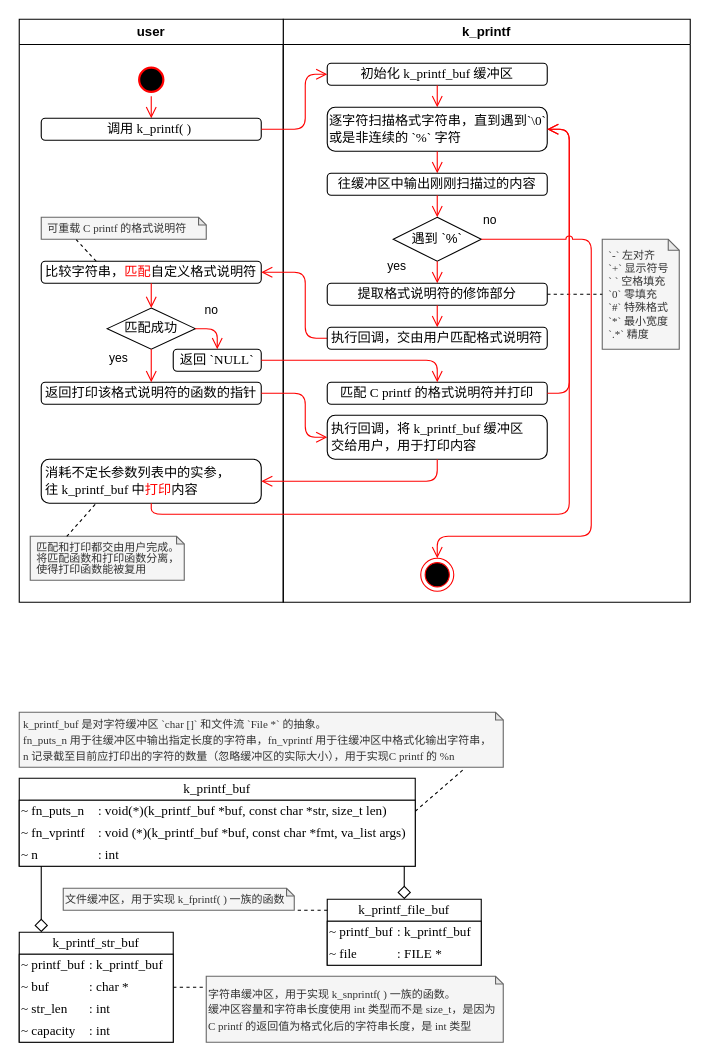
Earlier version of the draw.io diagram page "k_printf" (7 of 10) of docs/drawio/k_utils.drawio (szdxdxdx/k_game). Source tidied: cells renumbered, new cells numbered last; positions are measured from the earlier drawing's top-left corner, leaving out a move shared by most shapes. Both pictures are drawn from the tidied source at 110%, with x=0, y=0 at pixel (19, 19).
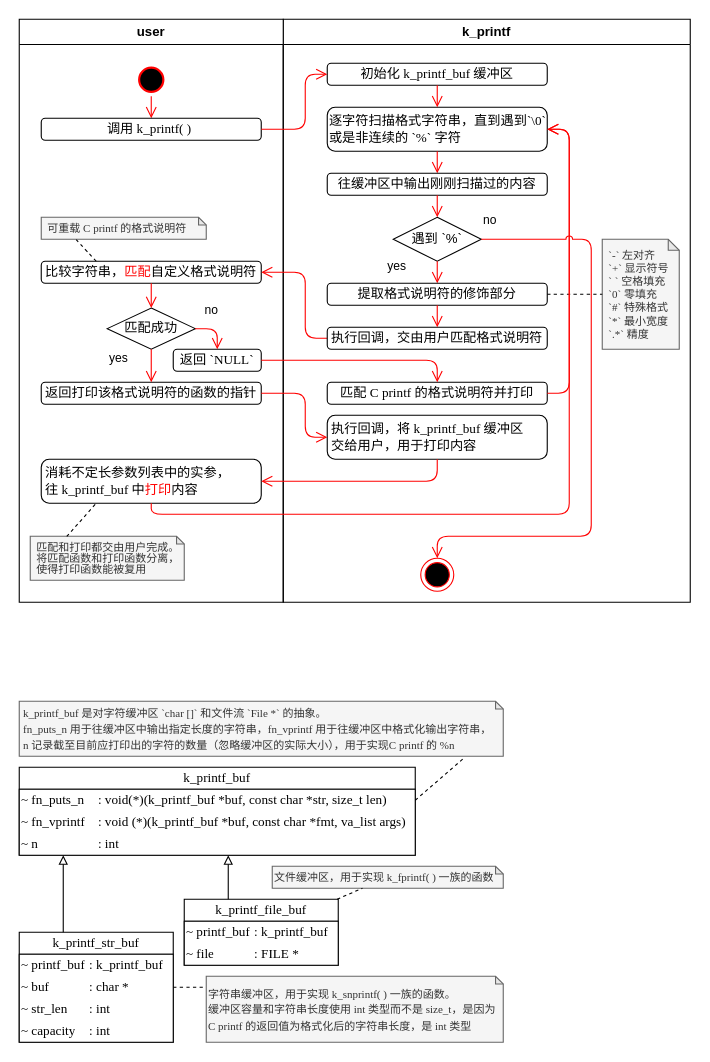
Above is the later version.

The change refers to these unchanged cells:
```xml
<mxCell id="21" value="&lt;font&gt;k_printf_str_buf&lt;/font&gt;" style="swimlane;fontStyle=0;horizontal=1;startSize=20;fillColor=#FFFFFF;whiteSpace=wrap;html=1;labelBackgroundColor=default;fontFamily=Times New Roman;" parent="1" vertex="1">
  <mxGeometry y="830" width="140" height="100" as="geometry" />
</mxCell>
```

What changed in the source:
```diff
@@
     <mxCell id="2" value="&lt;font&gt;k_printf_buf&lt;/font&gt;" style="swimlane;fontStyle=0;horizontal=1;startSize=20;fillColor=#FFFFFF;whiteSpace=wrap;html=1;labelBackgroundColor=default;fontFamily=Times New Roman;" parent="1" vertex="1">
-      <mxGeometry y="690" width="360" height="80" as="geometry" />
+      <mxGeometry y="680" width="360" height="80" as="geometry" />
     </mxCell>
@@
     <mxCell id="13" value="&lt;font&gt;k_printf_file_buf&lt;/font&gt;" style="swimlane;fontStyle=0;horizontal=1;startSize=20;fillColor=#FFFFFF;whiteSpace=wrap;html=1;labelBackgroundColor=default;fontFamily=Times New Roman;" parent="1" vertex="1">
-      <mxGeometry x="280" y="800" width="140" height="60" as="geometry" />
+      <mxGeometry x="150" y="800" width="140" height="60" as="geometry" />
     </mxCell>
@@
-    <mxCell id="35" style="endArrow=none;html=1;rounded=1;startArrow=diamond;startFill=0;endFill=0;targetPerimeterSpacing=0;startSize=10;edgeStyle=orthogonalEdgeStyle;fontFamily=Times New Roman;" parent="1" edge="1" source="21" target="2">
-      <mxGeometry relative="1" as="geometry">
-        <Array as="points">
-          <mxPoint x="20" y="790" />
-          <mxPoint x="20" y="790" />
-        </Array>
-      </mxGeometry>
-    </mxCell>
-    <mxCell id="36" style="endArrow=none;html=1;rounded=1;startArrow=diamond;startFill=0;endFill=0;targetPerimeterSpacing=0;startSize=10;edgeStyle=orthogonalEdgeStyle;fontFamily=Times New Roman;" parent="1" edge="1" source="13" target="2">
+    <mxCell id="36" style="endArrow=block;html=1;rounded=1;startArrow=none;startFill=0;endFill=0;targetPerimeterSpacing=0;startSize=6;edgeStyle=orthogonalEdgeStyle;fontFamily=Times New Roman;" parent="1" edge="1" source="13" target="2">
       <mxGeometry relative="1" as="geometry">
         <Array as="points">
-          <mxPoint x="330" y="770" />
-          <mxPoint x="330" y="770" />
+          <mxPoint x="190" y="790" />
+          <mxPoint x="190" y="790" />
         </Array>
       </mxGeometry>
     </mxCell>
@@
     <mxCell id="38" value="&lt;font style=&quot;font-size: 10px;&quot; face=&quot;Times New Roman&quot;&gt;文件缓冲区，用于实现 k_fprintf( ) 一族的函数&lt;/font&gt;" style="shape=note;whiteSpace=wrap;html=1;backgroundOutline=1;darkOpacity=0.05;fillColor=#f5f5f5;fontColor=#333333;strokeColor=#666666;align=left;size=7;" parent="1" vertex="1">
-      <mxGeometry x="40" y="790" width="210" height="20" as="geometry" />
+      <mxGeometry x="230" y="770" width="210" height="20" as="geometry" />
     </mxCell>
@@
-    <mxCell id="40" style="endArrow=none;dashed=1;html=1;rounded=0;edgeStyle=orthogonalEdgeStyle;curved=1;" parent="1" edge="1" source="13" target="38">
-      <mxGeometry relative="1" as="geometry">
-        <Array as="points">
-          <mxPoint x="270" y="810" />
-          <mxPoint x="270" y="810" />
-        </Array>
-      </mxGeometry>
+    <mxCell id="40" style="endArrow=none;dashed=1;html=1;rounded=0;" parent="1" edge="1" source="13" target="38">
+      <mxGeometry relative="1" as="geometry" />
     </mxCell>
     <mxCell id="41" value="&lt;font face=&quot;Times New Roman&quot; style=&quot;font-size: 10px;&quot;&gt;&lt;font style=&quot;font-size: 10px;&quot;&gt;&lt;font style=&quot;font-size: 10px;&quot;&gt;k_printf_buf&amp;nbsp;&lt;/font&gt;&lt;/font&gt;是对字符缓冲区 `char []` 和文件流 `File *` 的抽象。&lt;/font&gt;&lt;font face=&quot;Times New Roman&quot; style=&quot;font-size: 10px;&quot;&gt;&lt;font style=&quot;font-size: 10px;&quot;&gt;&lt;font style=&quot;font-size: 10px;&quot;&gt;&lt;br&gt;fn_puts_n 用于往缓冲区中输出指定长度的字符串，fn_vprintf 用于往缓冲区中格式化输出字符串，&lt;br&gt;n 记录&lt;/font&gt;截至目前应打印出的字符的数量（忽略缓冲区的实际大小），用于实现C printf 的 %n&amp;nbsp;&lt;/font&gt;&lt;br&gt;&lt;/font&gt;" style="shape=note;whiteSpace=wrap;html=1;backgroundOutline=1;darkOpacity=0.05;fillColor=#f5f5f5;fontColor=#333333;strokeColor=#666666;align=left;size=7;spacing=0;spacingLeft=4;" parent="1" vertex="1">
-      <mxGeometry y="630" width="440" height="50" as="geometry" />
+      <mxGeometry y="620" width="440" height="50" as="geometry" />
     </mxCell>
@@
+    <mxCell id="35" style="endArrow=block;html=1;rounded=1;startArrow=none;startFill=0;endFill=0;targetPerimeterSpacing=0;startSize=6;edgeStyle=orthogonalEdgeStyle;fontFamily=Times New Roman;" parent="1" edge="1" source="21" target="2">
+      <mxGeometry relative="1" as="geometry">
+        <Array as="points">
+          <mxPoint x="40" y="800" />
+          <mxPoint x="40" y="800" />
+        </Array>
+      </mxGeometry>
+    </mxCell>
```
